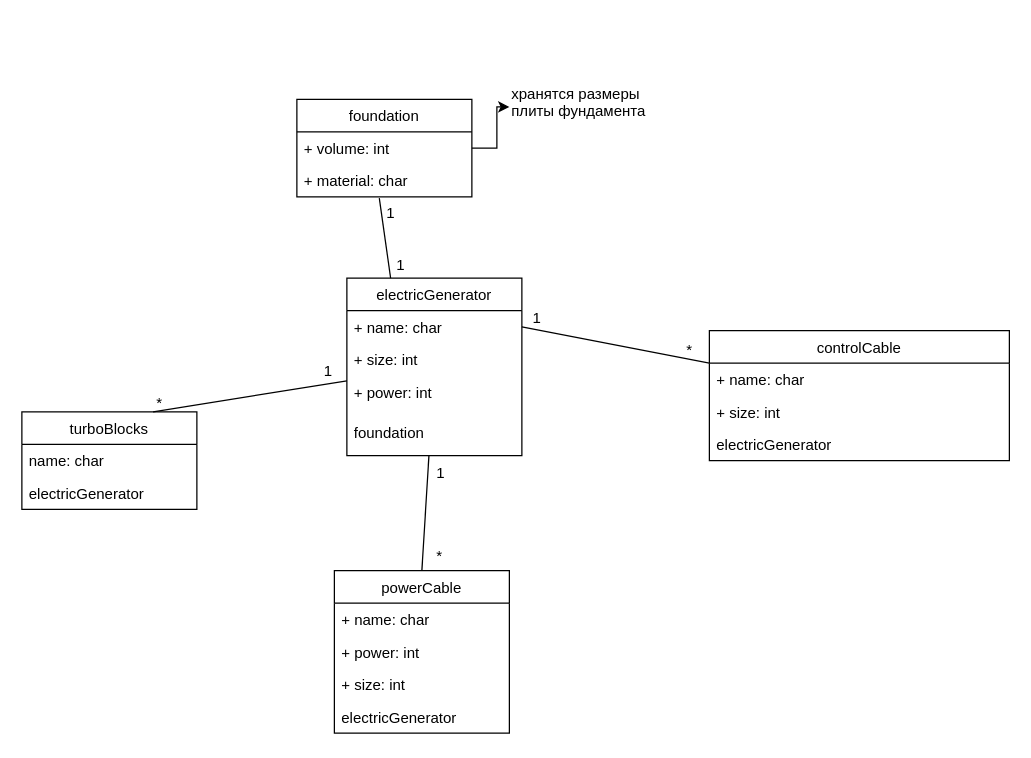
The draw.io diagram Gribkov.drawio in Silkroads103/jca, before the edit. Source tidied: cells renumbered, new cells numbered last; positions are measured from the earlier drawing's top-left corner, leaving out a move shared by most shapes. Both pictures are drawn from the tidied source at 125%, with x=0, y=0 at pixel (21, 81).
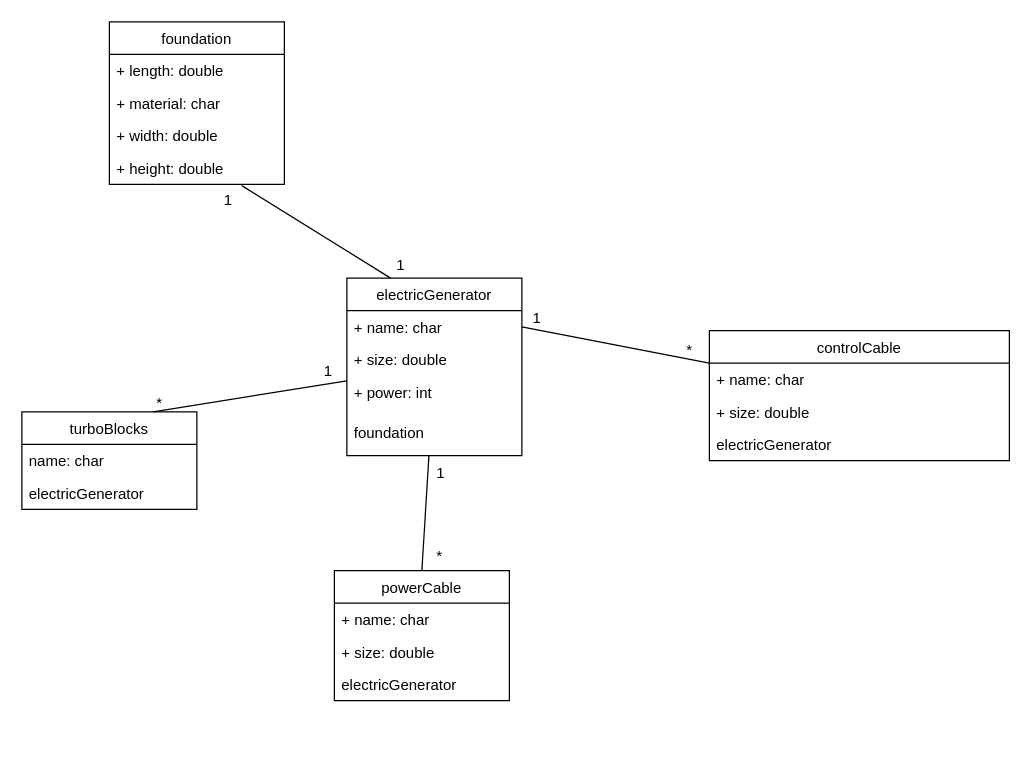
Above is the later version.

The change refers to these unchanged cells:
```xml
<mxCell id="4" value="+ material: char" style="text;strokeColor=none;fillColor=none;align=left;verticalAlign=top;spacingLeft=4;spacingRight=4;overflow=hidden;points=[[0,0.5],[1,0.5]];portConstraint=eastwest;" parent="2" vertex="1">
  <mxGeometry y="52" width="140" height="26" as="geometry" />
</mxCell>
<mxCell id="10" value="controlCable" style="swimlane;fontStyle=0;horizontal=1;startSize=26;fillColor=none;" parent="1" vertex="1">
  <mxGeometry x="550" y="199" width="240" height="104" as="geometry" />
</mxCell>
<mxCell id="14" value="electricGenerator" style="swimlane;fontStyle=0;horizontal=1;startSize=26;fillColor=none;" parent="1" vertex="1">
  <mxGeometry x="260" y="157" width="140" height="142" as="geometry" />
</mxCell>
```

What changed in the source:
```diff
@@
     <mxCell id="2" value="foundation" style="swimlane;fontStyle=0;horizontal=1;startSize=26;fillColor=none;" parent="1" vertex="1">
-      <mxGeometry x="220" y="14" width="140" height="78" as="geometry" />
+      <mxGeometry x="70" y="-48" width="140" height="130" as="geometry" />
     </mxCell>
-    <mxCell id="3" value="+ volume: int" style="text;strokeColor=none;fillColor=none;align=left;verticalAlign=top;spacingLeft=4;spacingRight=4;overflow=hidden;points=[[0,0.5],[1,0.5]];portConstraint=eastwest;" parent="2" vertex="1">
+    <mxCell id="3" value="+ length: double" style="text;strokeColor=none;fillColor=none;align=left;verticalAlign=top;spacingLeft=4;spacingRight=4;overflow=hidden;points=[[0,0.5],[1,0.5]];portConstraint=eastwest;" parent="2" vertex="1">
       <mxGeometry y="26" width="140" height="26" as="geometry" />
     </mxCell>
@@
+    <mxCell id="36" value="+ width: double" style="text;strokeColor=none;fillColor=none;align=left;verticalAlign=top;spacingLeft=4;spacingRight=4;overflow=hidden;" parent="2" vertex="1">
+      <mxGeometry y="78" width="140" height="26" as="geometry" />
+    </mxCell>
+    <mxCell id="37" value="+ height: double" style="text;strokeColor=none;fillColor=none;align=left;verticalAlign=top;spacingLeft=4;spacingRight=4;overflow=hidden;points=[[0,0.5],[1,0.5]];portConstraint=eastwest;" parent="2" vertex="1">
+      <mxGeometry y="104" width="140" height="26" as="geometry" />
+    </mxCell>
     <mxCell id="5" value="powerСable" style="swimlane;fontStyle=0;horizontal=1;startSize=26;fillColor=none;" parent="1" vertex="1">
-      <mxGeometry x="250" y="391" width="140" height="130" as="geometry" />
+      <mxGeometry x="250" y="391" width="140" height="104" as="geometry" />
     </mxCell>
@@
-    <mxCell id="7" value="+ power: int" style="text;strokeColor=none;fillColor=none;align=left;verticalAlign=top;spacingLeft=4;spacingRight=4;overflow=hidden;" parent="5" vertex="1">
-      <mxGeometry y="52" width="140" height="26" as="geometry" />
-    </mxCell>
-    <mxCell id="8" value="+ size: int" style="text;strokeColor=none;fillColor=none;align=left;verticalAlign=top;spacingLeft=4;spacingRight=4;overflow=hidden;" parent="5" vertex="1">
-      <mxGeometry y="78" width="140" height="26" as="geometry" />
+    <mxCell id="8" value="+ size: double" style="text;strokeColor=none;fillColor=none;align=left;verticalAlign=top;spacingLeft=4;spacingRight=4;overflow=hidden;" parent="5" vertex="1">
+      <mxGeometry y="52" width="140" height="26" as="geometry" />
     </mxCell>
     <mxCell id="9" value="electricGenerator" style="text;strokeColor=none;fillColor=none;align=left;verticalAlign=top;spacingLeft=4;spacingRight=4;overflow=hidden;" parent="5" vertex="1">
-      <mxGeometry y="104" width="140" height="26" as="geometry" />
+      <mxGeometry y="78" width="140" height="26" as="geometry" />
     </mxCell>
@@
-    <mxCell id="12" value="+ size: int" style="text;strokeColor=none;fillColor=none;align=left;verticalAlign=top;spacingLeft=4;spacingRight=4;overflow=hidden;" parent="10" vertex="1">
+    <mxCell id="12" value="+ size: double" style="text;strokeColor=none;fillColor=none;align=left;verticalAlign=top;spacingLeft=4;spacingRight=4;overflow=hidden;" parent="10" vertex="1">
       <mxGeometry y="52" width="240" height="26" as="geometry" />
     </mxCell>
@@
-    <mxCell id="16" value="+ size: int" style="text;strokeColor=none;fillColor=none;align=left;verticalAlign=top;spacingLeft=4;spacingRight=4;overflow=hidden;" parent="14" vertex="1">
+    <mxCell id="16" value="+ size: double" style="text;strokeColor=none;fillColor=none;align=left;verticalAlign=top;spacingLeft=4;spacingRight=4;overflow=hidden;" parent="14" vertex="1">
       <mxGeometry y="52" width="140" height="26" as="geometry" />
     </mxCell>
@@
-    <mxCell id="22" value="хранятся размеры &lt;br&gt;плиты фундамента&lt;br&gt;&lt;br&gt;" style="text;html=1;points=[];align=left;verticalAlign=top;spacingTop=-4;" parent="1" vertex="1">
-      <mxGeometry x="390" width="120" height="40" as="geometry" />
-    </mxCell>
-    <mxCell id="23" style="edgeStyle=orthogonalEdgeStyle;rounded=0;jettySize=auto;html=1;exitX=1;exitY=0.5;exitDx=0;exitDy=0;" parent="1" edge="1" source="3" target="22">
-      <mxGeometry relative="1" as="geometry" />
-    </mxCell>
-    <mxCell id="24" style="endArrow=none;html=1;entryX=0.25;entryY=0;entryDx=0;entryDy=0;exitX=0.471;exitY=1.038;exitDx=0;exitDy=0;exitPerimeter=0;" parent="1" edge="1" source="4" target="14">
+    <mxCell id="24" style="endArrow=none;html=1;entryX=0.25;entryY=0;entryDx=0;entryDy=0;exitX=0.757;exitY=1.038;exitDx=0;exitDy=0;exitPerimeter=0;" parent="1" edge="1" source="37" target="14">
       <mxGeometry relative="1" as="geometry" />
     </mxCell>
@@
     <mxCell id="28" value="1" style="text;html=1;align=left;verticalAlign=top;spacingTop=-4;" parent="1" vertex="1">
-      <mxGeometry x="290" y="95" width="20" height="20" as="geometry" />
+      <mxGeometry x="160" y="85" width="20" height="20" as="geometry" />
     </mxCell>
```
